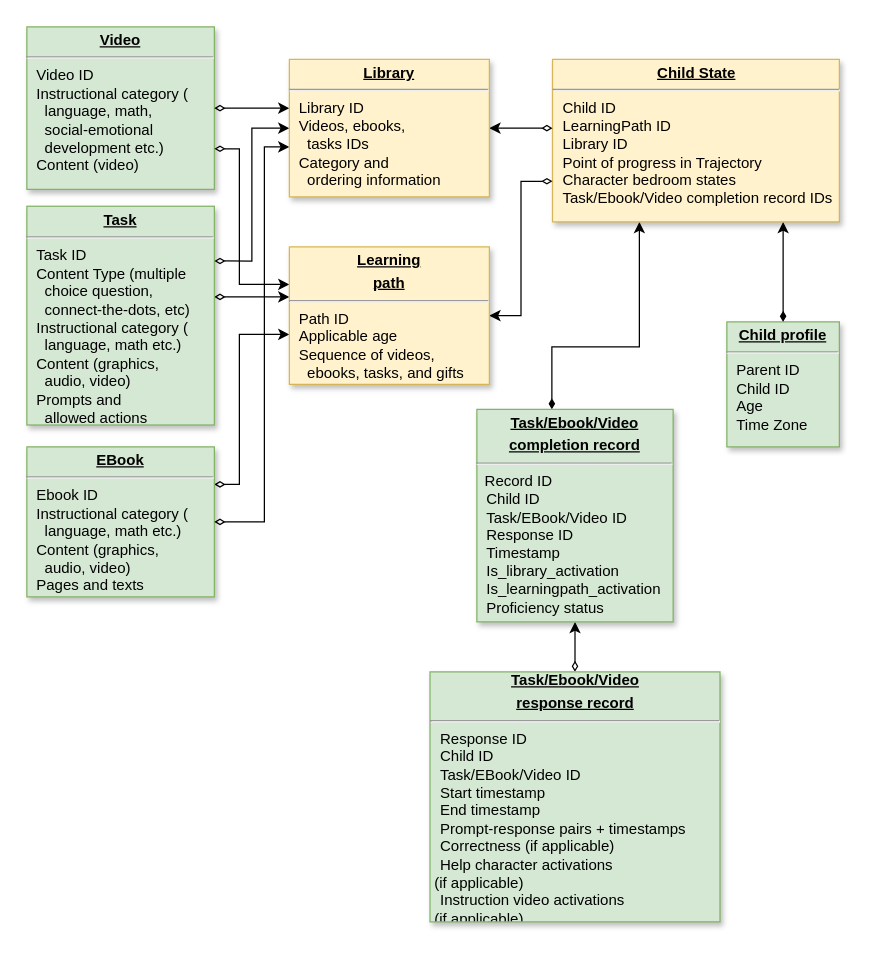
The draw.io diagram khan_kids_request.drawio in henrishi/drawio, before the edit. Source tidied: cells renumbered, new cells numbered last; positions are measured from the earlier drawing's top-left corner, leaving out a move shared by most shapes. Both pictures are drawn from the tidied source at 125%, with x=0, y=0 at pixel (26, 26).
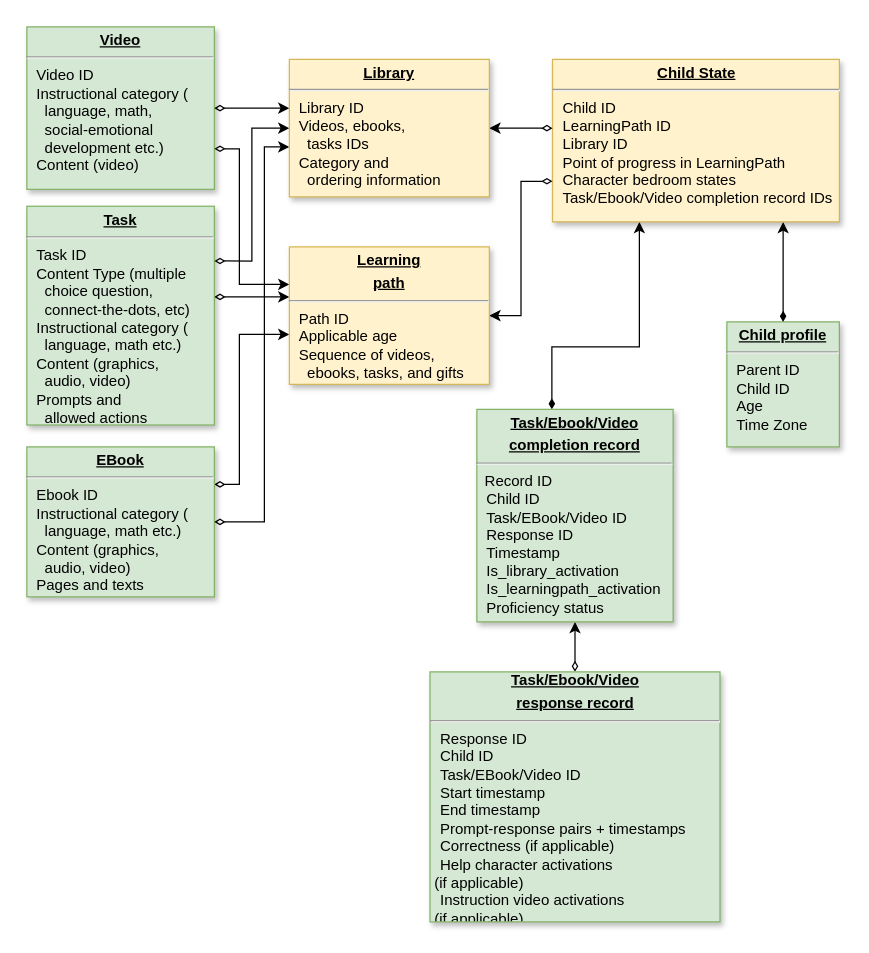
The same diagram, later.

The edit, as a diff of the source:
```diff
@@
-    <mxCell id="6" value="&lt;p style=&quot;margin: 0px ; margin-top: 4px ; text-align: center ; text-decoration: underline&quot;&gt;&lt;b&gt;Child State&lt;/b&gt;&lt;/p&gt;&lt;hr&gt;&lt;p style=&quot;margin: 0px ; margin-left: 8px&quot;&gt;Child ID&lt;/p&gt;&lt;p style=&quot;margin: 0px ; margin-left: 8px&quot;&gt;LearningPath ID&lt;/p&gt;&lt;p style=&quot;margin: 0px ; margin-left: 8px&quot;&gt;Library ID&lt;/p&gt;&lt;p style=&quot;margin: 0px ; margin-left: 8px&quot;&gt;Point of progress in Trajectory&lt;/p&gt;&lt;p style=&quot;margin: 0px ; margin-left: 8px&quot;&gt;Character bedroom states&lt;/p&gt;&lt;p style=&quot;margin: 0px ; margin-left: 8px&quot;&gt;Task/Ebook/Video completion record IDs&lt;/p&gt;&lt;p style=&quot;margin: 0px ; margin-left: 8px&quot;&gt;&lt;br&gt;&lt;/p&gt;" style="verticalAlign=top;align=left;overflow=fill;fontSize=12;fontFamily=Helvetica;html=1;strokeColor=#d6b656;shadow=1;fillColor=#fff2cc;" parent="1" vertex="1">
+    <mxCell id="6" value="&lt;p style=&quot;margin: 0px ; margin-top: 4px ; text-align: center ; text-decoration: underline&quot;&gt;&lt;b&gt;Child State&lt;/b&gt;&lt;/p&gt;&lt;hr&gt;&lt;p style=&quot;margin: 0px ; margin-left: 8px&quot;&gt;Child ID&lt;/p&gt;&lt;p style=&quot;margin: 0px ; margin-left: 8px&quot;&gt;LearningPath ID&lt;/p&gt;&lt;p style=&quot;margin: 0px ; margin-left: 8px&quot;&gt;Library ID&lt;/p&gt;&lt;p style=&quot;margin: 0px ; margin-left: 8px&quot;&gt;Point of progress in LearningPath&lt;/p&gt;&lt;p style=&quot;margin: 0px ; margin-left: 8px&quot;&gt;Character bedroom states&lt;/p&gt;&lt;p style=&quot;margin: 0px ; margin-left: 8px&quot;&gt;Task/Ebook/Video completion record IDs&lt;/p&gt;&lt;p style=&quot;margin: 0px ; margin-left: 8px&quot;&gt;&lt;br&gt;&lt;/p&gt;" style="verticalAlign=top;align=left;overflow=fill;fontSize=12;fontFamily=Helvetica;html=1;strokeColor=#d6b656;shadow=1;fillColor=#fff2cc;" parent="1" vertex="1">
       <mxGeometry x="420.5" y="26" width="229.5" height="130" as="geometry" />
     </mxCell>
```
